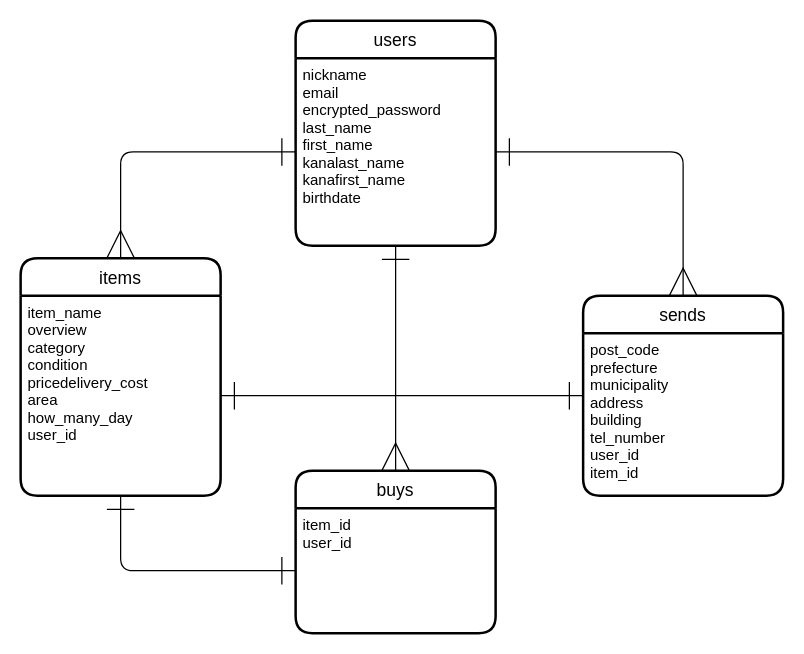
Earlier version of the draw.io diagram ermap.dio (Fjkazu/furima-39904). Source tidied: cells renumbered, new cells numbered last; positions are measured from the earlier drawing's top-left corner, leaving out a move shared by most shapes. Both pictures are drawn from the tidied source at 125%, with x=0, y=0 at pixel (20, 20).
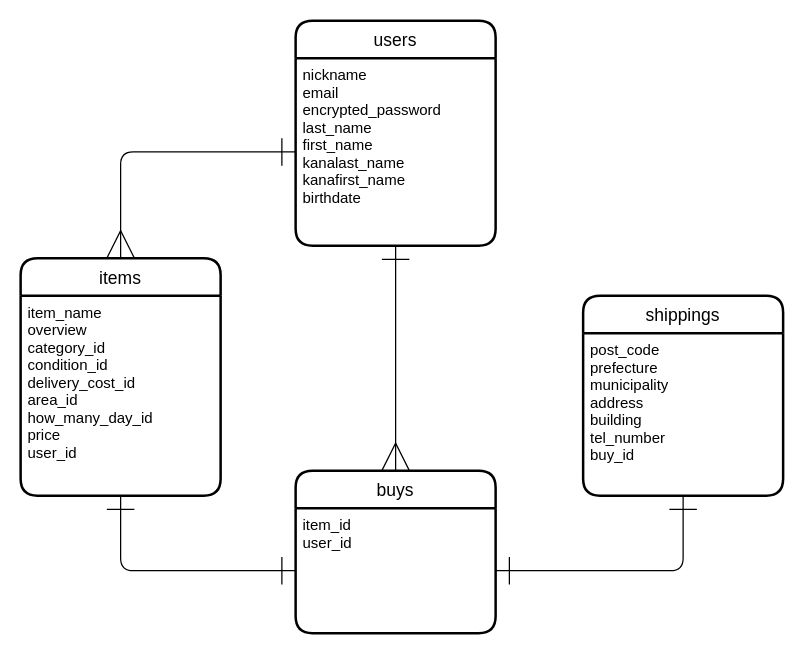
The same diagram, later.

Commit message (it also covers changes not shown here):
データベース設計の修正

Diff of the diagram source:
```diff
@@
 <mxGraphModel>
   <root>
     <mxCell id="0" />
     <mxCell id="1" parent="0" />
     <mxCell id="2" value="items" style="swimlane;horizontal=1;startSize=30;rounded=1;fontSize=14;fontStyle=0;strokeWidth=2;shadow=0;dashed=0;align=center;" parent="1" vertex="1">
       <mxGeometry y="190" width="160" height="190" as="geometry" />
     </mxCell>
-    <mxCell id="3" value="item_name&#10;overview&#10;category&#10;condition&#10;pricedelivery_cost&#10;area&#10;how_many_day&#10;user_id" style="align=left;strokeColor=none;fillColor=none;spacingLeft=4;fontSize=12;verticalAlign=top;" parent="2" vertex="1">
+    <mxCell id="3" value="item_name&#10;overview&#10;category_id&#10;condition_id&#10;delivery_cost_id&#10;area_id&#10;how_many_day_id&#10;price&#10;user_id" style="align=left;strokeColor=none;fillColor=none;spacingLeft=4;fontSize=12;verticalAlign=top;" parent="2" vertex="1">
       <mxGeometry y="30" width="160" height="160" as="geometry" />
     </mxCell>
     <mxCell id="4" value="users" style="swimlane;horizontal=1;startSize=30;rounded=1;fontSize=14;fontStyle=0;strokeWidth=2;shadow=0;dashed=0;align=center;" parent="1" vertex="1">
       <mxGeometry x="220" width="160" height="180" as="geometry" />
     </mxCell>
     <mxCell id="5" value="nickname&#10;email&#10;encrypted_password&#10;last_name&#10;first_name&#10;kanalast_name&#10;kanafirst_name&#10;birthdate" style="align=left;strokeColor=none;fillColor=none;spacingLeft=4;fontSize=12;verticalAlign=top;" parent="4" vertex="1">
       <mxGeometry y="30" width="160" height="150" as="geometry" />
     </mxCell>
-    <mxCell id="6" value="sends" style="swimlane;horizontal=1;startSize=30;rounded=1;fontSize=14;fontStyle=0;strokeWidth=2;shadow=0;dashed=0;align=center;" parent="1" vertex="1">
+    <mxCell id="6" value="shippings" style="swimlane;horizontal=1;startSize=30;rounded=1;fontSize=14;fontStyle=0;strokeWidth=2;shadow=0;dashed=0;align=center;" parent="1" vertex="1">
       <mxGeometry x="450" y="220" width="160" height="160" as="geometry" />
     </mxCell>
-    <mxCell id="7" value="post_code&#10;prefecture&#10;municipality&#10;address&#10;building&#10;tel_number&#10;user_id&#10;item_id" style="align=left;strokeColor=none;fillColor=none;spacingLeft=4;fontSize=12;verticalAlign=top;" parent="6" vertex="1">
+    <mxCell id="7" value="post_code&#10;prefecture&#10;municipality&#10;address&#10;building&#10;tel_number&#10;buy_id" style="align=left;strokeColor=none;fillColor=none;spacingLeft=4;fontSize=12;verticalAlign=top;" parent="6" vertex="1">
       <mxGeometry y="30" width="160" height="130" as="geometry" />
     </mxCell>
     <mxCell id="8" value="buys" style="swimlane;horizontal=1;startSize=30;rounded=1;fontSize=14;fontStyle=0;strokeWidth=2;shadow=0;dashed=0;align=center;" parent="1" vertex="1">
       <mxGeometry x="220" y="360" width="160" height="130" as="geometry" />
     </mxCell>
     <mxCell id="9" value="item_id&#10;user_id" style="align=left;strokeColor=none;fillColor=none;spacingLeft=4;fontSize=12;verticalAlign=top;" parent="8" vertex="1">
       <mxGeometry y="30" width="160" height="100" as="geometry" />
     </mxCell>
-    <mxCell id="10" style="edgeStyle=none;html=1;exitX=1;exitY=0.5;exitDx=0;exitDy=0;endArrow=ERmany;endFill=0;endSize=20;startArrow=ERone;startFill=0;startSize=20;" parent="1" edge="1" source="5" target="6">
-      <mxGeometry relative="1" as="geometry">
-        <Array as="points">
-          <mxPoint x="530" y="105" />
-        </Array>
-      </mxGeometry>
-    </mxCell>
     <mxCell id="11" style="edgeStyle=none;html=1;exitX=0;exitY=0.5;exitDx=0;exitDy=0;entryX=0.5;entryY=0;entryDx=0;entryDy=0;endArrow=ERmany;endFill=0;endSize=20;startArrow=ERone;startFill=0;startSize=20;" parent="1" edge="1" source="5" target="2">
       <mxGeometry relative="1" as="geometry">
         <Array as="points">
           <mxPoint x="80" y="105" />
         </Array>
       </mxGeometry>
     </mxCell>
-    <mxCell id="12" style="edgeStyle=none;html=1;exitX=1;exitY=0.5;exitDx=0;exitDy=0;entryX=0;entryY=0.5;entryDx=0;entryDy=0;endArrow=ERone;endFill=0;endSize=20;startArrow=ERone;startFill=0;startSize=20;" parent="1" edge="1" source="3" target="6">
-      <mxGeometry relative="1" as="geometry" />
-    </mxCell>
     <mxCell id="13" style="edgeStyle=none;html=1;exitX=0.5;exitY=1;exitDx=0;exitDy=0;entryX=0;entryY=0.5;entryDx=0;entryDy=0;startArrow=ERone;startFill=0;endArrow=ERone;endFill=0;startSize=20;endSize=20;" parent="1" edge="1" source="3" target="9">
       <mxGeometry relative="1" as="geometry">
         <Array as="points">
           <mxPoint x="80" y="440" />
         </Array>
       </mxGeometry>
     </mxCell>
     <mxCell id="14" style="edgeStyle=none;html=1;exitX=0.5;exitY=1;exitDx=0;exitDy=0;entryX=0.5;entryY=0;entryDx=0;entryDy=0;startArrow=ERone;startFill=0;endArrow=ERmany;endFill=0;startSize=20;endSize=20;" parent="1" edge="1" source="5" target="8">
       <mxGeometry relative="1" as="geometry" />
     </mxCell>
+    <mxCell id="15" style="edgeStyle=none;html=1;exitX=1;exitY=0.5;exitDx=0;exitDy=0;entryX=0.5;entryY=1;entryDx=0;entryDy=0;startArrow=ERone;startFill=0;endArrow=ERone;endFill=0;startSize=20;endSize=20;" parent="1" edge="1" source="9" target="7">
+      <mxGeometry relative="1" as="geometry">
+        <Array as="points">
+          <mxPoint x="530" y="440" />
+        </Array>
+      </mxGeometry>
+    </mxCell>
   </root>
 </mxGraphModel>
```
